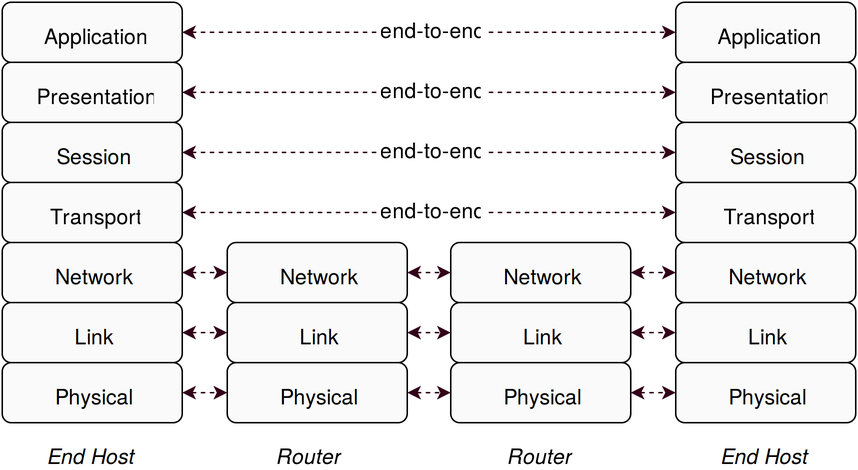
Before: images/OSI.png, a diagram exported from draw.io (fabriziodemaria/MPTCP_Security). Source tidied: cells renumbered, new cells last; positions are measured from the earlier drawing's top-left corner, leaving out a move shared by most shapes.
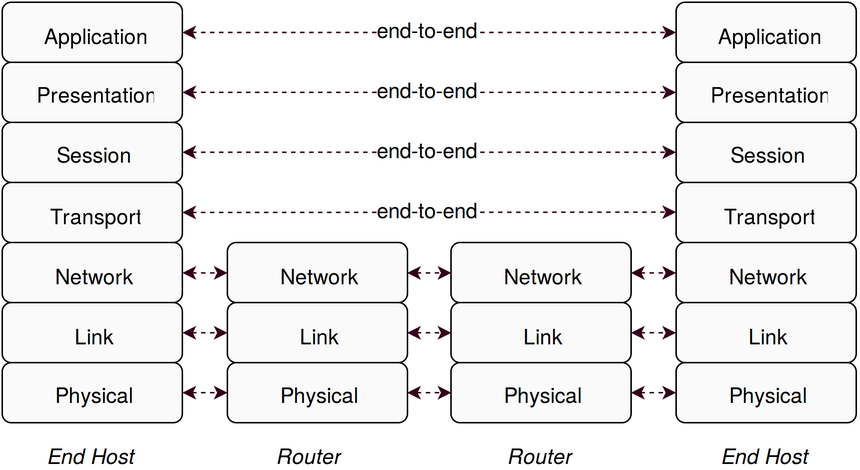
The same file after the commit.

What changed in the source:
```diff
@@ -29,7 +29,7 @@
     <mxCell id="10" style="endArrow=classic;startArrow=classic;html=1;shadow=0;dashed=1;strokeColor=#33001A;strokeWidth=1;fillColor=#000000;fontSize=14;fontColor=#000000;exitX=1;exitY=0.5;entryX=0;entryY=0.5;" parent="1" edge="1" source="2" target="5">
       <mxGeometry relative="1" as="geometry" />
     </mxCell>
-    <mxCell id="11" value="end-to-end" style="text;html=1;align=center;verticalAlign=middle;labelBackgroundColor=#ffffff;fontSize=14;fontColor=#000000;horizontal=1;spacing=0;spacingTop=-1;spacingBottom=7;" parent="10" vertex="1">
+    <mxCell id="11" value="end-to-end" style="text;align=center;verticalAlign=middle;labelBackgroundColor=#ffffff;fontSize=14;fontColor=#000000;horizontal=1;spacing=0;spacingTop=-1;spacingBottom=2;" parent="10" vertex="1">
       <mxGeometry x="0.07" y="-1" relative="1" as="geometry">
         <mxPoint x="-13" y="-1" as="offset" />
       </mxGeometry>
@@ -39,7 +39,7 @@
         <mxPoint x="120" y="140" as="sourcePoint" />
       </mxGeometry>
     </mxCell>
-    <mxCell id="13" value="end-to-end" style="text;html=1;align=center;verticalAlign=middle;labelBackgroundColor=#ffffff;fontSize=14;fontColor=#000000;horizontal=1;spacing=0;spacingTop=-1;spacingBottom=7;" parent="12" vertex="1">
+    <mxCell id="13" value="end-to-end" style="text;align=center;verticalAlign=middle;labelBackgroundColor=#ffffff;fontSize=14;fontColor=#000000;horizontal=1;spacing=0;spacingTop=-1;spacingBottom=2;" parent="12" vertex="1">
       <mxGeometry x="0.07" y="-1" relative="1" as="geometry">
         <mxPoint x="-13" y="-1" as="offset" />
       </mxGeometry>
@@ -116,7 +116,7 @@
     <mxCell id="37" style="endArrow=classic;startArrow=classic;html=1;shadow=0;dashed=1;strokeColor=#33001A;strokeWidth=1;fillColor=#000000;fontSize=14;fontColor=#000000;exitX=1;exitY=0.5;entryX=0;entryY=0.5;" parent="1" edge="1" source="35" target="36">
       <mxGeometry x="250" y="220" as="geometry" />
     </mxCell>
-    <mxCell id="38" value="end-to-end" style="text;html=1;align=center;verticalAlign=middle;labelBackgroundColor=#ffffff;fontSize=14;fontColor=#000000;horizontal=1;spacing=0;spacingTop=-1;spacingBottom=7;" parent="37" vertex="1">
+    <mxCell id="38" value="end-to-end" style="text;align=center;verticalAlign=middle;labelBackgroundColor=#ffffff;fontSize=14;fontColor=#000000;horizontal=1;spacing=0;spacingTop=-1;spacingBottom=2;" parent="37" vertex="1">
       <mxGeometry x="0.07" y="-1" relative="1" as="geometry">
         <mxPoint x="-13" y="-1" as="offset" />
       </mxGeometry>
@@ -130,7 +130,7 @@
     <mxCell id="41" style="endArrow=classic;startArrow=classic;html=1;shadow=0;dashed=1;strokeColor=#33001A;strokeWidth=1;fillColor=#000000;fontSize=14;fontColor=#000000;exitX=1;exitY=0.5;entryX=0;entryY=0.5;" parent="1" edge="1" source="39" target="40">
       <mxGeometry x="250" y="180" as="geometry" />
     </mxCell>
-    <mxCell id="42" value="end-to-end" style="text;html=1;align=center;verticalAlign=middle;labelBackgroundColor=#ffffff;fontSize=14;fontColor=#000000;horizontal=1;spacing=0;spacingTop=-1;spacingBottom=7;" parent="41" vertex="1">
+    <mxCell id="42" value="end-to-end" style="text;align=center;verticalAlign=middle;labelBackgroundColor=#ffffff;fontSize=14;fontColor=#000000;horizontal=1;spacing=0;spacingTop=-1;spacingBottom=2;" parent="41" vertex="1">
       <mxGeometry x="0.07" y="-1" relative="1" as="geometry">
         <mxPoint x="-13" y="-1" as="offset" />
       </mxGeometry>
```
